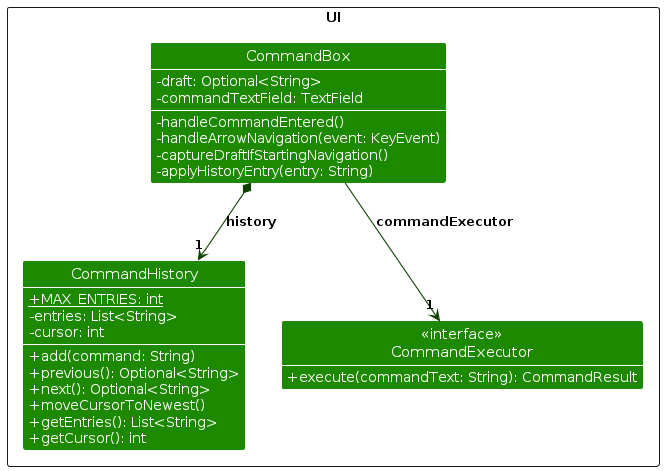
This is diagrams/CommandHistoryClassDiagram.png from AY2627S1-CS2103-F10-1/tp, a PlantUML export, as it was before one commit. Its source is kept beside it as diagrams/CommandHistoryClassDiagram.puml.
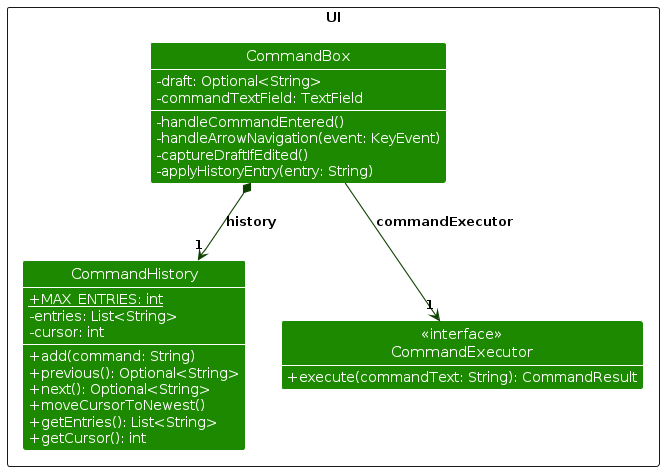
Later version of the same file.

Diff of the diagram source:
```diff
@@ -12,7 +12,7 @@
     -commandTextField: TextField
     -handleCommandEntered()
     -handleArrowNavigation(event: KeyEvent)
-    -captureDraftIfStartingNavigation()
+    -captureDraftIfEdited()
     -applyHistoryEntry(entry: String)
 }
 
```
